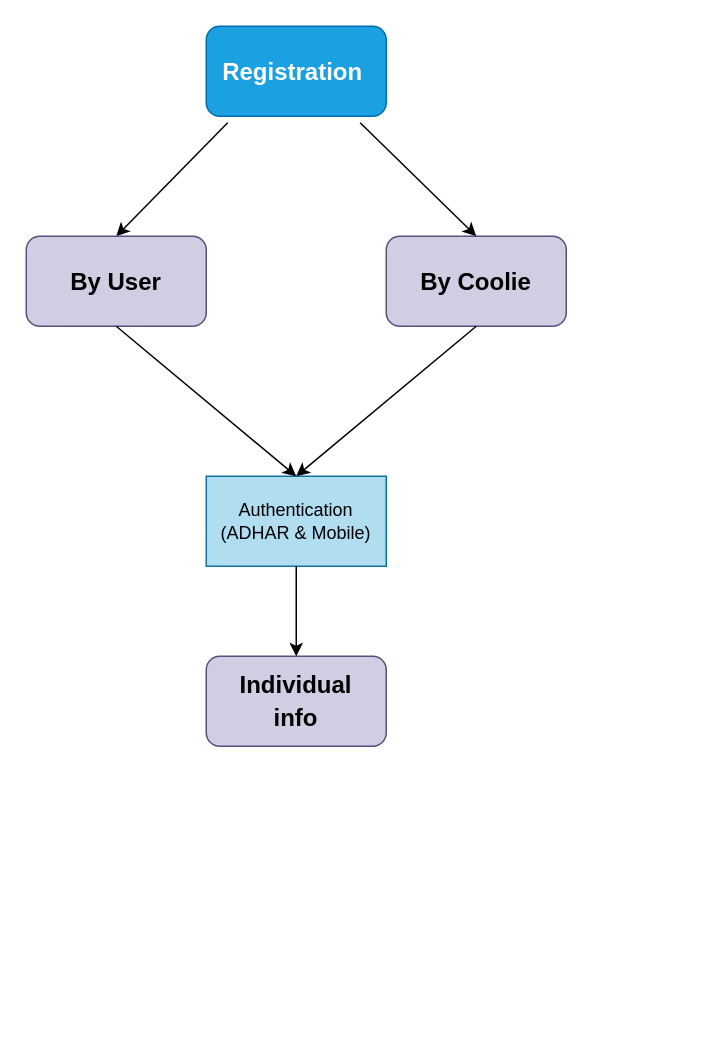
The draw.io diagram Coolie Management System.drawio in harshcodes17/acmhackathon, before the edit. Source tidied: cells renumbered, new cells numbered last; positions are measured from the earlier drawing's top-left corner, leaving out a move shared by most shapes. Both pictures are drawn from the tidied source at 150%, with x=0, y=0 at pixel (26, 26).
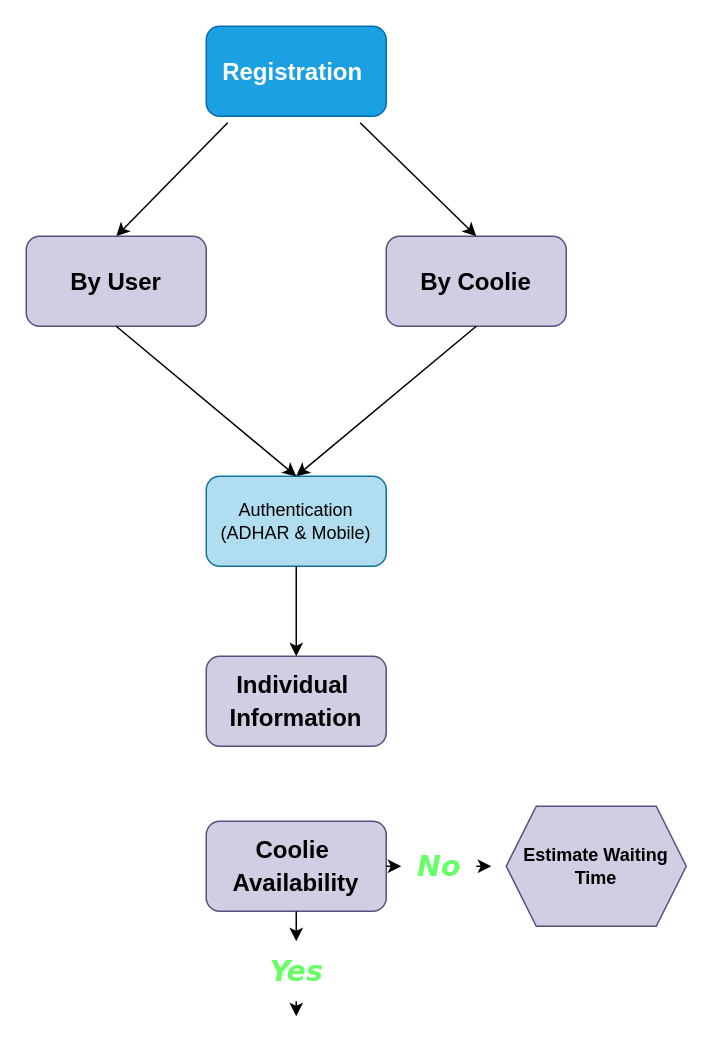
Above is the later version.

What changed in the source:
```diff
@@
-    <mxCell id="7" value="Authentication&lt;div&gt;(ADHAR &amp;amp; Mobile)&lt;/div&gt;" style="rounded=0;whiteSpace=wrap;html=1;fillColor=#b1ddf0;strokeColor=#10739e;" parent="1" vertex="1">
+    <mxCell id="7" value="Authentication&lt;div&gt;(ADHAR &amp;amp; Mobile)&lt;/div&gt;" style="rounded=1;whiteSpace=wrap;html=1;glass=0;shadow=0;textShadow=0;fillColor=#b1ddf0;strokeColor=#10739e;" parent="1" vertex="1">
       <mxGeometry x="120" y="300" width="120" height="60" as="geometry" />
     </mxCell>
@@
-    <mxCell id="10" value="&lt;div style=&quot;&quot;&gt;&lt;font face=&quot;Helvetica&quot;&gt;&lt;span style=&quot;font-size: 16px;&quot;&gt;&lt;b&gt;Individual&lt;br&gt;info&lt;/b&gt;&lt;/span&gt;&lt;/font&gt;&lt;/div&gt;" style="rounded=1;whiteSpace=wrap;html=1;fillColor=#d0cee2;strokeColor=#56517e;fontFamily=Lucida Console;fontSize=17;align=center;" parent="1" vertex="1">
+    <mxCell id="10" value="&lt;div style=&quot;&quot;&gt;&lt;font face=&quot;Helvetica&quot;&gt;&lt;span style=&quot;font-size: 16px;&quot;&gt;&lt;b&gt;Individual&amp;nbsp;&lt;/b&gt;&lt;/span&gt;&lt;/font&gt;&lt;/div&gt;&lt;div style=&quot;&quot;&gt;&lt;font face=&quot;Helvetica&quot;&gt;&lt;span style=&quot;font-size: 16px;&quot;&gt;&lt;b&gt;Information&lt;/b&gt;&lt;/span&gt;&lt;/font&gt;&lt;/div&gt;" style="rounded=1;whiteSpace=wrap;html=1;fillColor=#d0cee2;strokeColor=#56517e;fontFamily=Lucida Console;fontSize=17;align=center;" parent="1" vertex="1">
       <mxGeometry x="120" y="420" width="120" height="60" as="geometry" />
     </mxCell>
@@
+    <mxCell id="12" value="&lt;div style=&quot;&quot;&gt;&lt;font face=&quot;Helvetica&quot;&gt;&lt;span style=&quot;font-size: 16px;&quot;&gt;&lt;b&gt;Coolie&amp;nbsp;&lt;/b&gt;&lt;/span&gt;&lt;/font&gt;&lt;/div&gt;&lt;div style=&quot;&quot;&gt;&lt;font face=&quot;Helvetica&quot;&gt;&lt;span style=&quot;font-size: 16px;&quot;&gt;&lt;b&gt;Availability&lt;/b&gt;&lt;/span&gt;&lt;/font&gt;&lt;/div&gt;" style="rounded=1;whiteSpace=wrap;html=1;fillColor=#d0cee2;strokeColor=#56517e;fontFamily=Lucida Console;fontSize=17;align=center;" parent="1" vertex="1">
+      <mxGeometry x="120" y="530" width="120" height="60" as="geometry" />
+    </mxCell>
+    <mxCell id="13" style="endArrow=classic;html=1;rounded=0;exitX=0.5;exitY=1;exitDx=0;exitDy=0;" parent="1" edge="1" source="15">
+      <mxGeometry relative="1" as="geometry">
+        <mxPoint x="180" y="660" as="targetPoint" />
+      </mxGeometry>
+    </mxCell>
+    <mxCell id="14" style="endArrow=classic;html=1;rounded=0;exitX=0.5;exitY=1;exitDx=0;exitDy=0;" parent="1" edge="1" source="12" target="15">
+      <mxGeometry relative="1" as="geometry" />
+    </mxCell>
+    <mxCell id="15" value="&lt;font color=&quot;#66ff66&quot; face=&quot;Verdana&quot; style=&quot;font-size: 19px;&quot;&gt;Yes&lt;/font&gt;" style="text;html=1;align=center;verticalAlign=middle;points=[];strokeColor=none;fillColor=none;rotation=0;fontSize=19;labelBackgroundColor=none;labelBorderColor=none;fontStyle=3;" parent="1" vertex="1">
+      <mxGeometry x="155" y="610" width="50" height="40" as="geometry" />
+    </mxCell>
+    <mxCell id="16" style="endArrow=classic;html=1;rounded=0;exitX=1;exitY=0.5;exitDx=0;exitDy=0;" parent="1" edge="1" source="18">
+      <mxGeometry relative="1" as="geometry">
+        <mxPoint x="310" y="560" as="targetPoint" />
+      </mxGeometry>
+    </mxCell>
+    <mxCell id="17" style="endArrow=classic;html=1;rounded=0;exitX=1;exitY=0.5;exitDx=0;exitDy=0;" parent="1" edge="1" source="12" target="18">
+      <mxGeometry relative="1" as="geometry" />
+    </mxCell>
+    <mxCell id="18" value="&lt;font color=&quot;#66ff66&quot; face=&quot;Verdana&quot; style=&quot;font-size: 19px;&quot;&gt;No&lt;/font&gt;" style="text;html=1;align=center;verticalAlign=middle;points=[];strokeColor=none;fillColor=none;rotation=0;fontSize=19;labelBackgroundColor=none;labelBorderColor=none;fontStyle=3;" parent="1" vertex="1">
+      <mxGeometry x="250" y="540" width="50" height="40" as="geometry" />
+    </mxCell>
+    <mxCell id="19" value="&lt;b&gt;Estimate Waiting&lt;/b&gt;&lt;div&gt;&lt;b&gt;Time&lt;/b&gt;&lt;/div&gt;" style="shape=hexagon;perimeter=hexagonPerimeter2;whiteSpace=wrap;html=1;fixedSize=1;fillColor=#d0cee2;strokeColor=#56517e;" parent="1" vertex="1">
+      <mxGeometry x="320" y="520" width="120" height="80" as="geometry" />
+    </mxCell>
```
